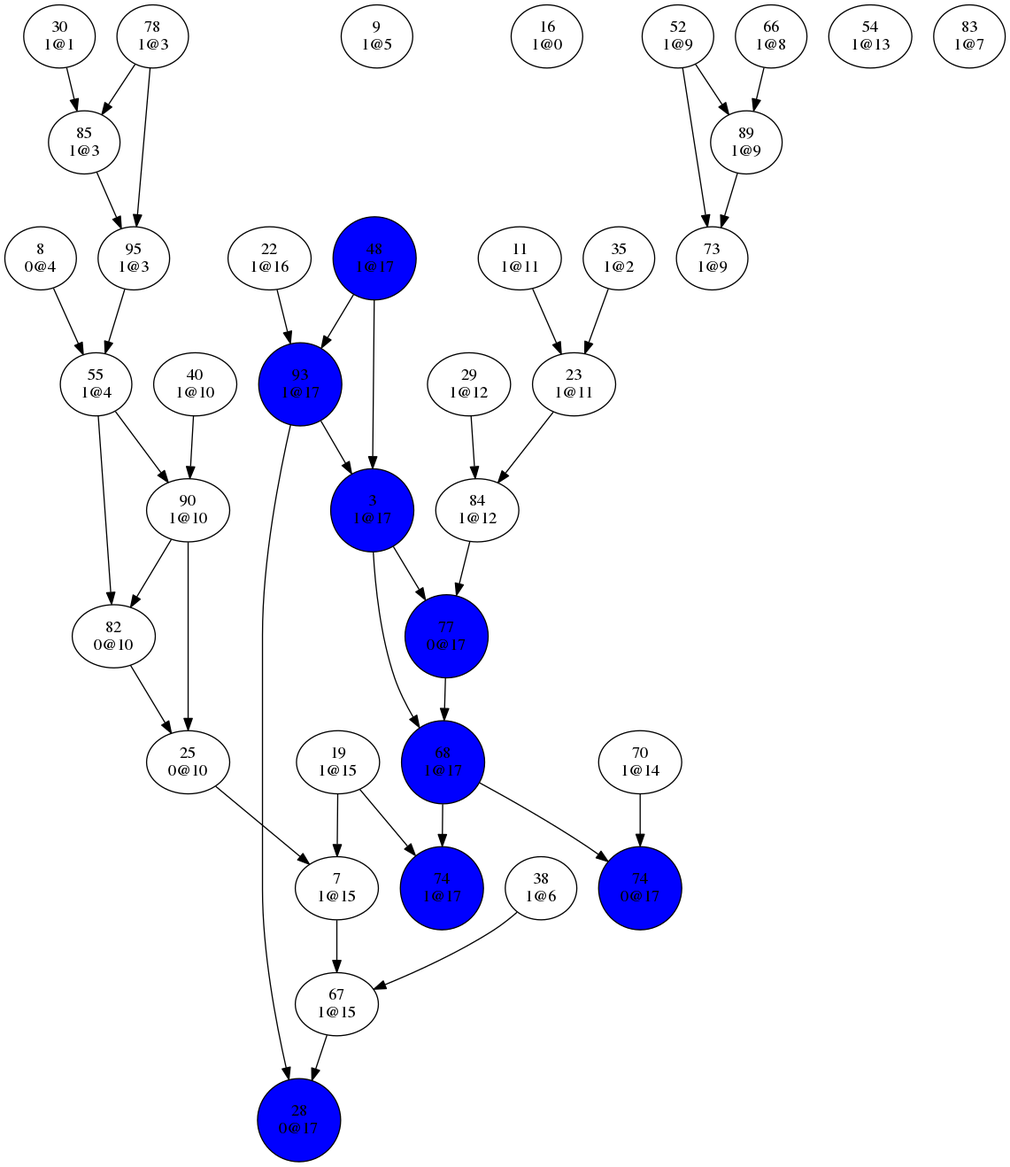
Above: dev/bin/conflictGraph1.png in Oxmose/SATSolver (Graphviz), before the change. Its source is kept beside it as dev/bin/conflictGraph1.dot.
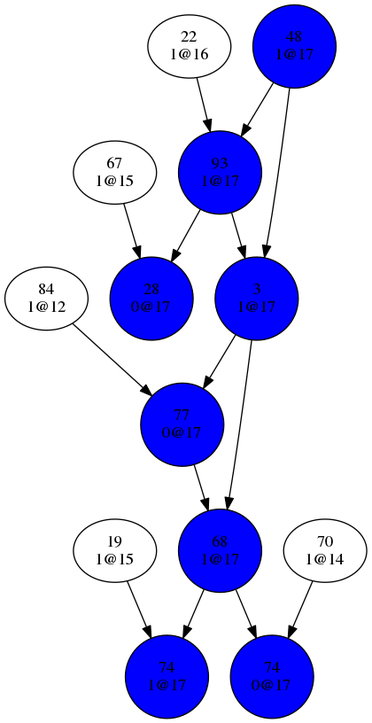
Above is the later version.

The edit, as a diff of the source:
```diff
@@ -5,74 +5,20 @@
 "3
 1@17"->"77
 0@17";
-"7
-1@15"->"67
-1@15";
-"8
-0@4"->"55
-1@4";
-"9
-1@5";
-"11
-1@11"->"23
-1@11";
-"16
-1@0";
-"19
-1@15"->"7
-1@15";
 "19
 1@15"->"74
 1@17";
 "22
 1@16"->"93
 1@17";
-"23
-1@11"->"84
-1@12";
-"25
-0@10"->"7
-1@15";
 "28
 0@17";
-"29
-1@12"->"84
-1@12";
-"30
-1@1"->"85
-1@3";
-"35
-1@2"->"23
-1@11";
-"38
-1@6"->"67
-1@15";
-"40
-1@10"->"90
-1@10";
 "48
 1@17"->"3
 1@17";
 "48
 1@17"->"93
 1@17";
-"52
-1@9"->"73
-1@9";
-"52
-1@9"->"89
-1@9";
-"54
-1@13";
-"55
-1@4"->"82
-0@10";
-"55
-1@4"->"90
-1@10";
-"66
-1@8"->"89
-1@9";
 "67
 1@15"->"28
 0@17";
@@ -85,8 +31,6 @@
 "70
 1@14"->"74
 0@17";
-"73
-1@9";
 "74
 0@17";
 "74
@@ -94,41 +38,15 @@
 "77
 0@17"->"68
 1@17";
-"78
-1@3"->"85
-1@3";
-"78
-1@3"->"95
-1@3";
-"82
-0@10"->"25
-0@10";
-"83
-1@7";
 "84
 1@12"->"77
 0@17";
-"85
-1@3"->"95
-1@3";
-"89
-1@9"->"73
-1@9";
-"90
-1@10"->"25
-0@10";
-"90
-1@10"->"82
-0@10";
 "93
 1@17"->"3
 1@17";
 "93
 1@17"->"28
 0@17";
-"95
-1@3"->"55
-1@4";
 "3
 1@17"[shape=circle, style=filled, fillcolor=blue];
 "28
```
